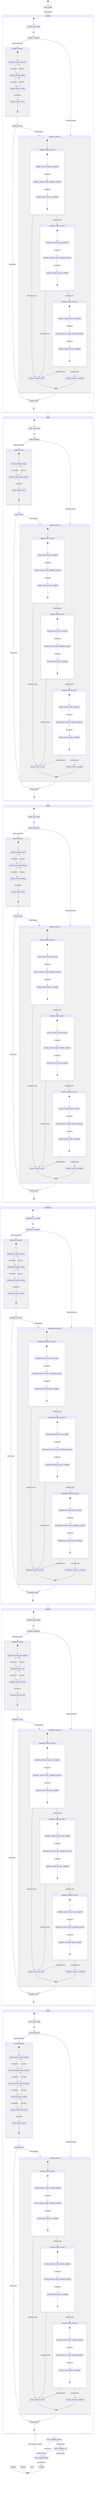
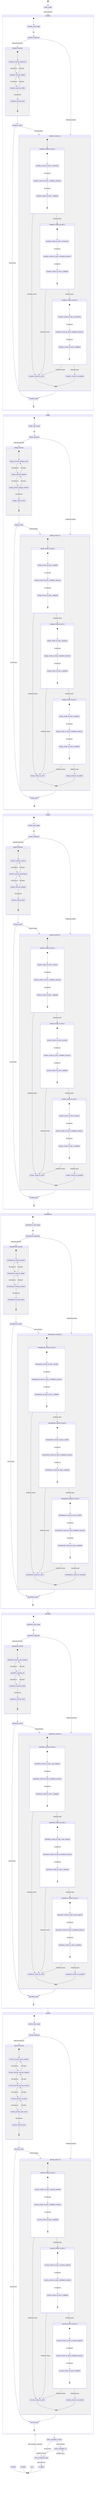
stateDiagram-v2
  %% Auto-generated from StudioConfig for: software
  %% Do not edit by hand — regenerate via export-mermaid.ts.

  [*] --> select_studio
  select_studio --> inception : studio.selected
  inception --> design
  design --> product
  product --> development
  development --> operations
  operations --> security
  security --> intent_completion_review
  intent_completion_review --> intent_completion_gate : review.clean
  intent_completion_review --> intent_completion_fix : review.findings
  intent_completion_fix --> intent_completion_gate : feedback.closed
  intent_completion_fix --> intent_completion_fix : feedback.open
  intent_completion_gate --> complete : gate.approved
  intent_completion_gate --> security : gate.changes_requested

  state inception {
    [*] --> inception_start_stage
    inception_start_stage --> inception_elaborate : tick
    inception_elaborate --> inception_execute : elaborate.advance
    inception_elaborate --> inception_review_fix : feedback.pending
    state inception_execute {
      [*] --> inception_execute_researcher
      inception_execute_researcher --> inception_execute_distiller : hat.advance
      inception_execute_distiller --> inception_execute_verifier : hat.advance
      inception_execute_distiller --> inception_execute_researcher : hat.reject
      inception_execute_verifier --> inception_execute_done : hat.advance
      inception_execute_verifier --> inception_execute_distiller : hat.reject
      inception_execute_done --> [*]
    }
    inception_execute --> inception_review
    inception_review --> inception_gate : review.clean
    inception_review --> inception_review_fix : review.findings
    state inception_review_fix {
      [*] --> inception_review_fix_bolt_1
      state inception_review_fix_bolt_1 {
        [*] --> inception_review_fix_bolt_1_researcher
        inception_review_fix_bolt_1_researcher --> inception_review_fix_bolt_1_feedback_assessor : fix.advance
        inception_review_fix_bolt_1_feedback_assessor --> inception_review_fix_bolt_1_validated : fix.advance
        inception_review_fix_bolt_1_validated --> [*]
      }
      inception_review_fix_bolt_1 --> inception_review_fix_done : feedback.closed
      inception_review_fix_bolt_1 --> inception_review_fix_bolt_2 : feedback.open
      state inception_review_fix_bolt_2 {
        [*] --> inception_review_fix_bolt_2_researcher
        inception_review_fix_bolt_2_researcher --> inception_review_fix_bolt_2_feedback_assessor : fix.advance
        inception_review_fix_bolt_2_feedback_assessor --> inception_review_fix_bolt_2_validated : fix.advance
        inception_review_fix_bolt_2_validated --> [*]
      }
      inception_review_fix_bolt_2 --> inception_review_fix_done : feedback.closed
      inception_review_fix_bolt_2 --> inception_review_fix_bolt_3 : feedback.open
      state inception_review_fix_bolt_3 {
        [*] --> inception_review_fix_bolt_3_researcher
        inception_review_fix_bolt_3_researcher --> inception_review_fix_bolt_3_feedback_assessor : fix.advance
        inception_review_fix_bolt_3_feedback_assessor --> inception_review_fix_bolt_3_validated : fix.advance
        inception_review_fix_bolt_3_validated --> [*]
      }
      inception_review_fix_bolt_3 --> inception_review_fix_done : feedback.closed
      inception_review_fix_bolt_3 --> inception_review_fix_escalated : feedback.open
      inception_review_fix_done --> [*]
      inception_review_fix_escalated --> [*]
    }
    inception_review_fix --> inception_gate
    inception_gate --> [*]
  }

  state design {
    [*] --> design_start_stage
    design_start_stage --> design_elaborate : tick
    design_elaborate --> design_execute : elaborate.advance
    design_elaborate --> design_review_fix : feedback.pending
    state design_execute {
-       [*] --> design_execute_designer
+       [*] --> design_execute_designer_prep
+       design_execute_designer_prep --> design_execute_designer : hat.advance
      design_execute_designer --> design_execute_design_reviewer : hat.advance
+       design_execute_designer --> design_execute_designer_prep : hat.reject
      design_execute_design_reviewer --> design_execute_done : hat.advance
      design_execute_design_reviewer --> design_execute_designer : hat.reject
      design_execute_done --> [*]
    }
    design_execute --> design_review
    design_review --> design_gate : review.clean
    design_review --> design_review_fix : review.findings
    state design_review_fix {
      [*] --> design_review_fix_bolt_1
      state design_review_fix_bolt_1 {
        [*] --> design_review_fix_bolt_1_designer
        design_review_fix_bolt_1_designer --> design_review_fix_bolt_1_feedback_assessor : fix.advance
        design_review_fix_bolt_1_feedback_assessor --> design_review_fix_bolt_1_validated : fix.advance
        design_review_fix_bolt_1_validated --> [*]
      }
      design_review_fix_bolt_1 --> design_review_fix_done : feedback.closed
      design_review_fix_bolt_1 --> design_review_fix_bolt_2 : feedback.open
      state design_review_fix_bolt_2 {
        [*] --> design_review_fix_bolt_2_designer
        design_review_fix_bolt_2_designer --> design_review_fix_bolt_2_feedback_assessor : fix.advance
        design_review_fix_bolt_2_feedback_assessor --> design_review_fix_bolt_2_validated : fix.advance
        design_review_fix_bolt_2_validated --> [*]
      }
      design_review_fix_bolt_2 --> design_review_fix_done : feedback.closed
      design_review_fix_bolt_2 --> design_review_fix_bolt_3 : feedback.open
      state design_review_fix_bolt_3 {
        [*] --> design_review_fix_bolt_3_designer
        design_review_fix_bolt_3_designer --> design_review_fix_bolt_3_feedback_assessor : fix.advance
        design_review_fix_bolt_3_feedback_assessor --> design_review_fix_bolt_3_validated : fix.advance
        design_review_fix_bolt_3_validated --> [*]
      }
      design_review_fix_bolt_3 --> design_review_fix_done : feedback.closed
      design_review_fix_bolt_3 --> design_review_fix_escalated : feedback.open
      design_review_fix_done --> [*]
      design_review_fix_escalated --> [*]
    }
    design_review_fix --> design_gate
    design_gate --> [*]
  }

  state product {
    [*] --> product_start_stage
    product_start_stage --> product_elaborate : tick
    product_elaborate --> product_execute : elaborate.advance
    product_elaborate --> product_review_fix : feedback.pending
    state product_execute {
      [*] --> product_execute_product
      product_execute_product --> product_execute_specification : hat.advance
      product_execute_specification --> product_execute_validator : hat.advance
      product_execute_specification --> product_execute_product : hat.reject
      product_execute_validator --> product_execute_done : hat.advance
      product_execute_validator --> product_execute_specification : hat.reject
      product_execute_done --> [*]
    }
    product_execute --> product_review
    product_review --> product_gate : review.clean
    product_review --> product_review_fix : review.findings
    state product_review_fix {
      [*] --> product_review_fix_bolt_1
      state product_review_fix_bolt_1 {
        [*] --> product_review_fix_bolt_1_product
        product_review_fix_bolt_1_product --> product_review_fix_bolt_1_feedback_assessor : fix.advance
        product_review_fix_bolt_1_feedback_assessor --> product_review_fix_bolt_1_validated : fix.advance
        product_review_fix_bolt_1_validated --> [*]
      }
      product_review_fix_bolt_1 --> product_review_fix_done : feedback.closed
      product_review_fix_bolt_1 --> product_review_fix_bolt_2 : feedback.open
      state product_review_fix_bolt_2 {
        [*] --> product_review_fix_bolt_2_product
        product_review_fix_bolt_2_product --> product_review_fix_bolt_2_feedback_assessor : fix.advance
        product_review_fix_bolt_2_feedback_assessor --> product_review_fix_bolt_2_validated : fix.advance
        product_review_fix_bolt_2_validated --> [*]
      }
      product_review_fix_bolt_2 --> product_review_fix_done : feedback.closed
      product_review_fix_bolt_2 --> product_review_fix_bolt_3 : feedback.open
      state product_review_fix_bolt_3 {
        [*] --> product_review_fix_bolt_3_product
        product_review_fix_bolt_3_product --> product_review_fix_bolt_3_feedback_assessor : fix.advance
        product_review_fix_bolt_3_feedback_assessor --> product_review_fix_bolt_3_validated : fix.advance
        product_review_fix_bolt_3_validated --> [*]
      }
      product_review_fix_bolt_3 --> product_review_fix_done : feedback.closed
      product_review_fix_bolt_3 --> product_review_fix_escalated : feedback.open
      product_review_fix_done --> [*]
      product_review_fix_escalated --> [*]
    }
    product_review_fix --> product_gate
    product_gate --> [*]
  }

  state development {
    [*] --> development_start_stage
    development_start_stage --> development_elaborate : tick
    development_elaborate --> development_execute : elaborate.advance
    development_elaborate --> development_review_fix : feedback.pending
    state development_execute {
      [*] --> development_execute_planner
      development_execute_planner --> development_execute_builder : hat.advance
      development_execute_builder --> development_execute_reviewer : hat.advance
      development_execute_builder --> development_execute_planner : hat.reject
      development_execute_reviewer --> development_execute_done : hat.advance
      development_execute_reviewer --> development_execute_builder : hat.reject
      development_execute_done --> [*]
    }
    development_execute --> development_review
    development_review --> development_gate : review.clean
    development_review --> development_review_fix : review.findings
    state development_review_fix {
      [*] --> development_review_fix_bolt_1
      state development_review_fix_bolt_1 {
        [*] --> development_review_fix_bolt_1_builder
        development_review_fix_bolt_1_builder --> development_review_fix_bolt_1_feedback_assessor : fix.advance
        development_review_fix_bolt_1_feedback_assessor --> development_review_fix_bolt_1_validated : fix.advance
        development_review_fix_bolt_1_validated --> [*]
      }
      development_review_fix_bolt_1 --> development_review_fix_done : feedback.closed
      development_review_fix_bolt_1 --> development_review_fix_bolt_2 : feedback.open
      state development_review_fix_bolt_2 {
        [*] --> development_review_fix_bolt_2_builder
        development_review_fix_bolt_2_builder --> development_review_fix_bolt_2_feedback_assessor : fix.advance
        development_review_fix_bolt_2_feedback_assessor --> development_review_fix_bolt_2_validated : fix.advance
        development_review_fix_bolt_2_validated --> [*]
      }
      development_review_fix_bolt_2 --> development_review_fix_done : feedback.closed
      development_review_fix_bolt_2 --> development_review_fix_bolt_3 : feedback.open
      state development_review_fix_bolt_3 {
        [*] --> development_review_fix_bolt_3_builder
        development_review_fix_bolt_3_builder --> development_review_fix_bolt_3_feedback_assessor : fix.advance
        development_review_fix_bolt_3_feedback_assessor --> development_review_fix_bolt_3_validated : fix.advance
        development_review_fix_bolt_3_validated --> [*]
      }
      development_review_fix_bolt_3 --> development_review_fix_done : feedback.closed
      development_review_fix_bolt_3 --> development_review_fix_escalated : feedback.open
      development_review_fix_done --> [*]
      development_review_fix_escalated --> [*]
    }
    development_review_fix --> development_gate
    development_gate --> [*]
  }

  state operations {
    [*] --> operations_start_stage
    operations_start_stage --> operations_elaborate : tick
    operations_elaborate --> operations_execute : elaborate.advance
    operations_elaborate --> operations_review_fix : feedback.pending
    state operations_execute {
      [*] --> operations_execute_ops_engineer
      operations_execute_ops_engineer --> operations_execute_sre : hat.advance
      operations_execute_sre --> operations_execute_verifier : hat.advance
      operations_execute_sre --> operations_execute_ops_engineer : hat.reject
      operations_execute_verifier --> operations_execute_done : hat.advance
      operations_execute_verifier --> operations_execute_sre : hat.reject
      operations_execute_done --> [*]
    }
    operations_execute --> operations_review
    operations_review --> operations_gate : review.clean
    operations_review --> operations_review_fix : review.findings
    state operations_review_fix {
      [*] --> operations_review_fix_bolt_1
      state operations_review_fix_bolt_1 {
        [*] --> operations_review_fix_bolt_1_ops_engineer
        operations_review_fix_bolt_1_ops_engineer --> operations_review_fix_bolt_1_feedback_assessor : fix.advance
        operations_review_fix_bolt_1_feedback_assessor --> operations_review_fix_bolt_1_validated : fix.advance
        operations_review_fix_bolt_1_validated --> [*]
      }
      operations_review_fix_bolt_1 --> operations_review_fix_done : feedback.closed
      operations_review_fix_bolt_1 --> operations_review_fix_bolt_2 : feedback.open
      state operations_review_fix_bolt_2 {
        [*] --> operations_review_fix_bolt_2_ops_engineer
        operations_review_fix_bolt_2_ops_engineer --> operations_review_fix_bolt_2_feedback_assessor : fix.advance
        operations_review_fix_bolt_2_feedback_assessor --> operations_review_fix_bolt_2_validated : fix.advance
        operations_review_fix_bolt_2_validated --> [*]
      }
      operations_review_fix_bolt_2 --> operations_review_fix_done : feedback.closed
      operations_review_fix_bolt_2 --> operations_review_fix_bolt_3 : feedback.open
      state operations_review_fix_bolt_3 {
        [*] --> operations_review_fix_bolt_3_ops_engineer
        operations_review_fix_bolt_3_ops_engineer --> operations_review_fix_bolt_3_feedback_assessor : fix.advance
        operations_review_fix_bolt_3_feedback_assessor --> operations_review_fix_bolt_3_validated : fix.advance
        operations_review_fix_bolt_3_validated --> [*]
      }
      operations_review_fix_bolt_3 --> operations_review_fix_done : feedback.closed
      operations_review_fix_bolt_3 --> operations_review_fix_escalated : feedback.open
      operations_review_fix_done --> [*]
      operations_review_fix_escalated --> [*]
    }
    operations_review_fix --> operations_gate
    operations_gate --> [*]
  }

  state security {
    [*] --> security_start_stage
    security_start_stage --> security_elaborate : tick
    security_elaborate --> security_execute : elaborate.advance
    security_elaborate --> security_review_fix : feedback.pending
    state security_execute {
      [*] --> security_execute_threat_modeler
      security_execute_threat_modeler --> security_execute_security_engineer : hat.advance
      security_execute_security_engineer --> security_execute_security_reviewer : hat.advance
      security_execute_security_engineer --> security_execute_threat_modeler : hat.reject
      security_execute_security_reviewer --> security_execute_red_team : hat.advance
      security_execute_security_reviewer --> security_execute_security_engineer : hat.reject
      security_execute_red_team --> security_execute_blue_team : hat.advance
      security_execute_red_team --> security_execute_security_reviewer : hat.reject
      security_execute_blue_team --> security_execute_done : hat.advance
      security_execute_blue_team --> security_execute_red_team : hat.reject
      security_execute_done --> [*]
    }
    security_execute --> security_review
    security_review --> security_gate : review.clean
    security_review --> security_review_fix : review.findings
    state security_review_fix {
      [*] --> security_review_fix_bolt_1
      state security_review_fix_bolt_1 {
        [*] --> security_review_fix_bolt_1_security_engineer
        security_review_fix_bolt_1_security_engineer --> security_review_fix_bolt_1_feedback_assessor : fix.advance
        security_review_fix_bolt_1_feedback_assessor --> security_review_fix_bolt_1_validated : fix.advance
        security_review_fix_bolt_1_validated --> [*]
      }
      security_review_fix_bolt_1 --> security_review_fix_done : feedback.closed
      security_review_fix_bolt_1 --> security_review_fix_bolt_2 : feedback.open
      state security_review_fix_bolt_2 {
        [*] --> security_review_fix_bolt_2_security_engineer
        security_review_fix_bolt_2_security_engineer --> security_review_fix_bolt_2_feedback_assessor : fix.advance
        security_review_fix_bolt_2_feedback_assessor --> security_review_fix_bolt_2_validated : fix.advance
        security_review_fix_bolt_2_validated --> [*]
      }
      security_review_fix_bolt_2 --> security_review_fix_done : feedback.closed
      security_review_fix_bolt_2 --> security_review_fix_bolt_3 : feedback.open
      state security_review_fix_bolt_3 {
        [*] --> security_review_fix_bolt_3_security_engineer
        security_review_fix_bolt_3_security_engineer --> security_review_fix_bolt_3_feedback_assessor : fix.advance
        security_review_fix_bolt_3_feedback_assessor --> security_review_fix_bolt_3_validated : fix.advance
        security_review_fix_bolt_3_validated --> [*]
      }
      security_review_fix_bolt_3 --> security_review_fix_done : feedback.closed
      security_review_fix_bolt_3 --> security_review_fix_escalated : feedback.open
      security_review_fix_done --> [*]
      security_review_fix_escalated --> [*]
    }
    security_review_fix --> security_gate
    security_gate --> [*]
  }

  complete --> [*]
  error --> [*]
  escalate --> [*]
  blocked --> [*]
